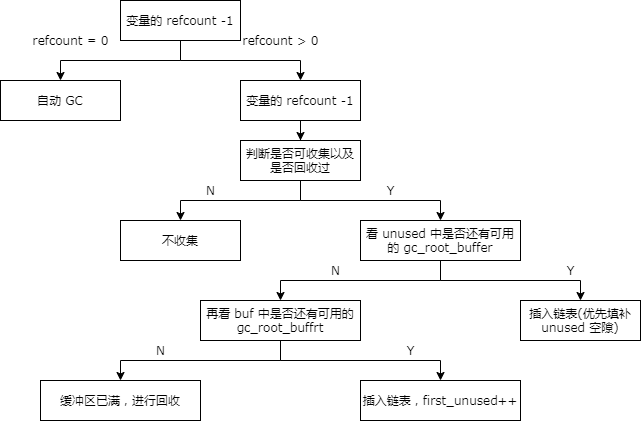
Above: 垃圾收集过程.png in 350258655/image (draw.io), before the change. Source tidied: cells renumbered, new cells last; positions are measured from the earlier drawing's top-left corner, leaving out a move shared by most shapes. The source it was exported from:
```xml
<mxGraphModel>
  <root>
    <mxCell id="0" />
    <mxCell id="1" parent="0" />
    <mxCell id="2" style="edgeStyle=orthogonalEdgeStyle;rounded=0;jettySize=auto;html=1;fontFamily=Verdana;fontSize=12;" parent="1" edge="1" source="4" target="5">
      <mxGeometry relative="1" as="geometry" />
    </mxCell>
    <mxCell id="3" style="edgeStyle=orthogonalEdgeStyle;rounded=0;jettySize=auto;html=1;fontFamily=Verdana;fontSize=12;" parent="1" edge="1" source="4" target="7">
      <mxGeometry relative="1" as="geometry" />
    </mxCell>
    <mxCell id="4" value="变量的 refcount -1" style="rounded=0;whiteSpace=wrap;html=1;fontFamily=Verdana;fontSize=12;" parent="1" vertex="1">
      <mxGeometry x="120" width="120" height="40" as="geometry" />
    </mxCell>
    <mxCell id="5" value="自动 GC" style="rounded=0;whiteSpace=wrap;html=1;fontFamily=Verdana;fontSize=12;" parent="1" vertex="1">
      <mxGeometry y="80" width="120" height="40" as="geometry" />
    </mxCell>
    <mxCell id="6" style="edgeStyle=orthogonalEdgeStyle;rounded=0;jettySize=auto;html=1;fontFamily=Verdana;fontSize=12;" parent="1" edge="1" source="7" target="12">
      <mxGeometry relative="1" as="geometry" />
    </mxCell>
    <mxCell id="7" value="变量的 refcount -1" style="rounded=0;whiteSpace=wrap;html=1;fontFamily=Verdana;fontSize=12;" parent="1" vertex="1">
      <mxGeometry x="240" y="80" width="120" height="40" as="geometry" />
    </mxCell>
    <mxCell id="8" value="refcount = 0" style="text;html=1;align=center;verticalAlign=middle;strokeColor=none;fontFamily=Verdana;fontSize=12;" parent="1" vertex="1">
      <mxGeometry x="25" y="30" width="90" height="20" as="geometry" />
    </mxCell>
    <mxCell id="9" value="refcount &amp;gt; 0" style="text;html=1;align=center;verticalAlign=middle;strokeColor=none;fontFamily=Verdana;fontSize=12;" parent="1" vertex="1">
      <mxGeometry x="235" y="30" width="90" height="20" as="geometry" />
    </mxCell>
    <mxCell id="10" style="edgeStyle=orthogonalEdgeStyle;rounded=0;jettySize=auto;html=1;fontFamily=Verdana;fontSize=12;" parent="1" edge="1" source="12" target="15">
      <mxGeometry relative="1" as="geometry" />
    </mxCell>
    <mxCell id="11" style="edgeStyle=orthogonalEdgeStyle;rounded=0;jettySize=auto;html=1;fontFamily=Verdana;fontSize=12;" parent="1" edge="1" source="12" target="17">
      <mxGeometry relative="1" as="geometry" />
    </mxCell>
    <mxCell id="12" value="判断是否可收集以及是否回收过" style="rounded=0;whiteSpace=wrap;html=1;fontFamily=Verdana;fontSize=12;" parent="1" vertex="1">
      <mxGeometry x="240" y="140" width="120" height="40" as="geometry" />
    </mxCell>
    <mxCell id="13" style="edgeStyle=orthogonalEdgeStyle;rounded=0;jettySize=auto;html=1;fontFamily=Verdana;fontSize=12;" parent="1" edge="1" source="15" target="21">
      <mxGeometry relative="1" as="geometry" />
    </mxCell>
    <mxCell id="14" style="edgeStyle=orthogonalEdgeStyle;rounded=0;jettySize=auto;html=1;fontFamily=Verdana;fontSize=12;" parent="1" edge="1" source="15" target="22">
      <mxGeometry relative="1" as="geometry" />
    </mxCell>
    <mxCell id="15" value="看 unused 中是否还有可用的 gc_root_buffer" style="rounded=0;whiteSpace=wrap;html=1;fontFamily=Verdana;fontSize=12;" parent="1" vertex="1">
      <mxGeometry x="360" y="220" width="160" height="40" as="geometry" />
    </mxCell>
    <mxCell id="16" value="Y" style="text;html=1;align=center;verticalAlign=middle;strokeColor=none;fontFamily=Verdana;fontSize=12;" parent="1" vertex="1">
      <mxGeometry x="380" y="180" width="20" height="20" as="geometry" />
    </mxCell>
    <mxCell id="17" value="不收集" style="rounded=0;whiteSpace=wrap;html=1;fontFamily=Verdana;fontSize=12;" parent="1" vertex="1">
      <mxGeometry x="120" y="220" width="120" height="40" as="geometry" />
    </mxCell>
    <mxCell id="18" value="N" style="text;html=1;align=center;verticalAlign=middle;strokeColor=none;fontFamily=Verdana;fontSize=12;" parent="1" vertex="1">
      <mxGeometry x="200" y="180" width="20" height="20" as="geometry" />
    </mxCell>
    <mxCell id="19" style="edgeStyle=orthogonalEdgeStyle;rounded=0;jettySize=auto;html=1;fontFamily=Verdana;fontSize=12;" parent="1" edge="1" source="21" target="25">
      <mxGeometry relative="1" as="geometry" />
    </mxCell>
    <mxCell id="20" style="edgeStyle=orthogonalEdgeStyle;rounded=0;jettySize=auto;html=1;fontFamily=Verdana;fontSize=12;" parent="1" edge="1" source="21" target="27">
      <mxGeometry relative="1" as="geometry" />
    </mxCell>
    <mxCell id="21" value="再看 buf 中是否还有可用的 gc_root_buffrt" style="rounded=0;whiteSpace=wrap;html=1;fontFamily=Verdana;fontSize=12;" parent="1" vertex="1">
      <mxGeometry x="200" y="300" width="160" height="40" as="geometry" />
    </mxCell>
    <mxCell id="22" value="插入链表(优先填补 unused 空隙)" style="rounded=0;whiteSpace=wrap;html=1;fontFamily=Verdana;fontSize=12;" parent="1" vertex="1">
      <mxGeometry x="520" y="300" width="120" height="40" as="geometry" />
    </mxCell>
    <mxCell id="23" value="N" style="text;html=1;align=center;verticalAlign=middle;strokeColor=none;fontSize=12;fontFamily=Verdana;" parent="1" vertex="1">
      <mxGeometry x="325" y="260" width="20" height="20" as="geometry" />
    </mxCell>
    <mxCell id="24" value="Y" style="text;html=1;align=center;verticalAlign=middle;strokeColor=none;fontSize=12;fontFamily=Verdana;" parent="1" vertex="1">
      <mxGeometry x="560" y="260" width="20" height="20" as="geometry" />
    </mxCell>
    <mxCell id="25" value="缓冲区已满，进行回收" style="rounded=0;whiteSpace=wrap;html=1;fontFamily=Verdana;fontSize=12;" parent="1" vertex="1">
      <mxGeometry x="40" y="380" width="160" height="40" as="geometry" />
    </mxCell>
    <mxCell id="26" value="N" style="text;html=1;align=center;verticalAlign=middle;strokeColor=none;fontSize=12;fontFamily=Verdana;" parent="1" vertex="1">
      <mxGeometry x="150" y="340" width="20" height="20" as="geometry" />
    </mxCell>
    <mxCell id="27" value="插入链表，first_unused++" style="rounded=0;whiteSpace=wrap;html=1;fontFamily=Verdana;fontSize=12;" parent="1" vertex="1">
      <mxGeometry x="360" y="380" width="160" height="40" as="geometry" />
    </mxCell>
    <mxCell id="28" value="Y" style="text;html=1;align=center;verticalAlign=middle;strokeColor=none;fontSize=12;fontFamily=Verdana;" parent="1" vertex="1">
      <mxGeometry x="400" y="340" width="20" height="20" as="geometry" />
    </mxCell>
  </root>
</mxGraphModel>
```
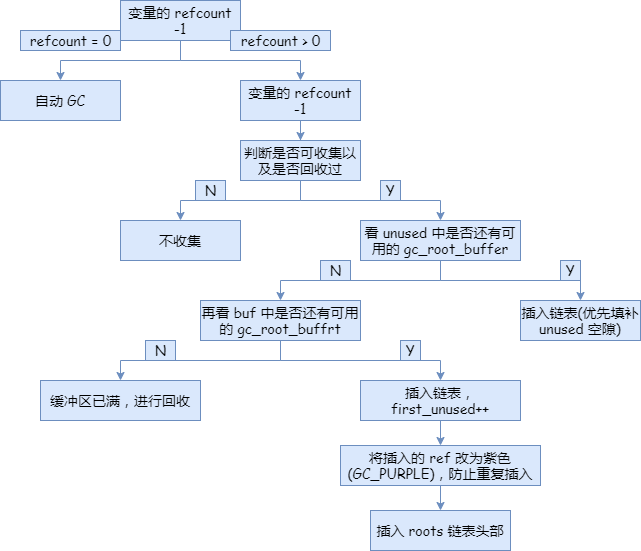
Later version of the same file.

Commit message:
更新垃圾收集过程.png

Change to the diagram source:
```diff
@@ -2,86 +2,98 @@
   <root>
     <mxCell id="0" />
     <mxCell id="1" parent="0" />
-    <mxCell id="2" style="edgeStyle=orthogonalEdgeStyle;rounded=0;jettySize=auto;html=1;fontFamily=Verdana;fontSize=12;" parent="1" edge="1" source="4" target="5">
+    <mxCell id="2" style="edgeStyle=orthogonalEdgeStyle;rounded=0;jettySize=auto;html=1;fontFamily=Comic Sans MS;fontSize=14;fillColor=#dae8fc;strokeColor=#6c8ebf;" parent="1" edge="1" source="4" target="5">
       <mxGeometry relative="1" as="geometry" />
     </mxCell>
-    <mxCell id="3" style="edgeStyle=orthogonalEdgeStyle;rounded=0;jettySize=auto;html=1;fontFamily=Verdana;fontSize=12;" parent="1" edge="1" source="4" target="7">
+    <mxCell id="3" style="edgeStyle=orthogonalEdgeStyle;rounded=0;jettySize=auto;html=1;fontFamily=Comic Sans MS;fontSize=14;fillColor=#dae8fc;strokeColor=#6c8ebf;" parent="1" edge="1" source="4" target="7">
       <mxGeometry relative="1" as="geometry" />
     </mxCell>
-    <mxCell id="4" value="变量的 refcount -1" style="rounded=0;whiteSpace=wrap;html=1;fontFamily=Verdana;fontSize=12;" parent="1" vertex="1">
+    <mxCell id="4" value="变量的 refcount -1" style="rounded=0;whiteSpace=wrap;html=1;fontFamily=Comic Sans MS;fontSize=14;fillColor=#dae8fc;strokeColor=#6c8ebf;" parent="1" vertex="1">
       <mxGeometry x="120" width="120" height="40" as="geometry" />
     </mxCell>
-    <mxCell id="5" value="自动 GC" style="rounded=0;whiteSpace=wrap;html=1;fontFamily=Verdana;fontSize=12;" parent="1" vertex="1">
+    <mxCell id="5" value="自动 GC" style="rounded=0;whiteSpace=wrap;html=1;fontFamily=Comic Sans MS;fontSize=14;fillColor=#dae8fc;strokeColor=#6c8ebf;" parent="1" vertex="1">
       <mxGeometry y="80" width="120" height="40" as="geometry" />
     </mxCell>
-    <mxCell id="6" style="edgeStyle=orthogonalEdgeStyle;rounded=0;jettySize=auto;html=1;fontFamily=Verdana;fontSize=12;" parent="1" edge="1" source="7" target="12">
+    <mxCell id="6" style="edgeStyle=orthogonalEdgeStyle;rounded=0;jettySize=auto;html=1;fontFamily=Comic Sans MS;fontSize=14;fillColor=#dae8fc;strokeColor=#6c8ebf;" parent="1" edge="1" source="7" target="12">
       <mxGeometry relative="1" as="geometry" />
     </mxCell>
-    <mxCell id="7" value="变量的 refcount -1" style="rounded=0;whiteSpace=wrap;html=1;fontFamily=Verdana;fontSize=12;" parent="1" vertex="1">
+    <mxCell id="7" value="变量的 refcount -1" style="rounded=0;whiteSpace=wrap;html=1;fontFamily=Comic Sans MS;fontSize=14;fillColor=#dae8fc;strokeColor=#6c8ebf;" parent="1" vertex="1">
       <mxGeometry x="240" y="80" width="120" height="40" as="geometry" />
     </mxCell>
-    <mxCell id="8" value="refcount = 0" style="text;html=1;align=center;verticalAlign=middle;strokeColor=none;fontFamily=Verdana;fontSize=12;" parent="1" vertex="1">
-      <mxGeometry x="25" y="30" width="90" height="20" as="geometry" />
+    <mxCell id="8" value="refcount = 0" style="text;html=1;align=center;verticalAlign=middle;strokeColor=#6c8ebf;fontFamily=Comic Sans MS;fontSize=14;fillColor=#dae8fc;" parent="1" vertex="1">
+      <mxGeometry x="20" y="30" width="100" height="20" as="geometry" />
     </mxCell>
-    <mxCell id="9" value="refcount &amp;gt; 0" style="text;html=1;align=center;verticalAlign=middle;strokeColor=none;fontFamily=Verdana;fontSize=12;" parent="1" vertex="1">
-      <mxGeometry x="235" y="30" width="90" height="20" as="geometry" />
+    <mxCell id="9" value="refcount &amp;gt; 0" style="text;html=1;align=center;verticalAlign=middle;strokeColor=#6c8ebf;fontFamily=Comic Sans MS;fontSize=14;fillColor=#dae8fc;" parent="1" vertex="1">
+      <mxGeometry x="230" y="30" width="100" height="20" as="geometry" />
     </mxCell>
-    <mxCell id="10" style="edgeStyle=orthogonalEdgeStyle;rounded=0;jettySize=auto;html=1;fontFamily=Verdana;fontSize=12;" parent="1" edge="1" source="12" target="15">
+    <mxCell id="10" style="edgeStyle=orthogonalEdgeStyle;rounded=0;jettySize=auto;html=1;fontFamily=Comic Sans MS;fontSize=14;fillColor=#dae8fc;strokeColor=#6c8ebf;" parent="1" edge="1" source="12" target="15">
       <mxGeometry relative="1" as="geometry" />
     </mxCell>
-    <mxCell id="11" style="edgeStyle=orthogonalEdgeStyle;rounded=0;jettySize=auto;html=1;fontFamily=Verdana;fontSize=12;" parent="1" edge="1" source="12" target="17">
+    <mxCell id="11" style="edgeStyle=orthogonalEdgeStyle;rounded=0;jettySize=auto;html=1;fontFamily=Comic Sans MS;fontSize=14;fillColor=#dae8fc;strokeColor=#6c8ebf;" parent="1" edge="1" source="12" target="17">
       <mxGeometry relative="1" as="geometry" />
     </mxCell>
-    <mxCell id="12" value="判断是否可收集以及是否回收过" style="rounded=0;whiteSpace=wrap;html=1;fontFamily=Verdana;fontSize=12;" parent="1" vertex="1">
+    <mxCell id="12" value="判断是否可收集以及是否回收过" style="rounded=0;whiteSpace=wrap;html=1;fontFamily=Comic Sans MS;fontSize=14;fillColor=#dae8fc;strokeColor=#6c8ebf;" parent="1" vertex="1">
       <mxGeometry x="240" y="140" width="120" height="40" as="geometry" />
     </mxCell>
-    <mxCell id="13" style="edgeStyle=orthogonalEdgeStyle;rounded=0;jettySize=auto;html=1;fontFamily=Verdana;fontSize=12;" parent="1" edge="1" source="15" target="21">
+    <mxCell id="13" style="edgeStyle=orthogonalEdgeStyle;rounded=0;jettySize=auto;html=1;fontFamily=Comic Sans MS;fontSize=14;fillColor=#dae8fc;strokeColor=#6c8ebf;" parent="1" edge="1" source="15" target="21">
       <mxGeometry relative="1" as="geometry" />
     </mxCell>
-    <mxCell id="14" style="edgeStyle=orthogonalEdgeStyle;rounded=0;jettySize=auto;html=1;fontFamily=Verdana;fontSize=12;" parent="1" edge="1" source="15" target="22">
+    <mxCell id="14" style="edgeStyle=orthogonalEdgeStyle;rounded=0;jettySize=auto;html=1;fontFamily=Comic Sans MS;fontSize=14;fillColor=#dae8fc;strokeColor=#6c8ebf;" parent="1" edge="1" source="15" target="22">
       <mxGeometry relative="1" as="geometry" />
     </mxCell>
-    <mxCell id="15" value="看 unused 中是否还有可用的 gc_root_buffer" style="rounded=0;whiteSpace=wrap;html=1;fontFamily=Verdana;fontSize=12;" parent="1" vertex="1">
+    <mxCell id="15" value="看 unused 中是否还有可用的 gc_root_buffer" style="rounded=0;whiteSpace=wrap;html=1;fontFamily=Comic Sans MS;fontSize=14;fillColor=#dae8fc;strokeColor=#6c8ebf;" parent="1" vertex="1">
       <mxGeometry x="360" y="220" width="160" height="40" as="geometry" />
     </mxCell>
-    <mxCell id="16" value="Y" style="text;html=1;align=center;verticalAlign=middle;strokeColor=none;fontFamily=Verdana;fontSize=12;" parent="1" vertex="1">
+    <mxCell id="16" value="Y" style="text;html=1;align=center;verticalAlign=middle;strokeColor=#6c8ebf;fontFamily=Comic Sans MS;fontSize=14;fillColor=#dae8fc;" parent="1" vertex="1">
       <mxGeometry x="380" y="180" width="20" height="20" as="geometry" />
     </mxCell>
-    <mxCell id="17" value="不收集" style="rounded=0;whiteSpace=wrap;html=1;fontFamily=Verdana;fontSize=12;" parent="1" vertex="1">
+    <mxCell id="17" value="不收集" style="rounded=0;whiteSpace=wrap;html=1;fontFamily=Comic Sans MS;fontSize=14;fillColor=#dae8fc;strokeColor=#6c8ebf;" parent="1" vertex="1">
       <mxGeometry x="120" y="220" width="120" height="40" as="geometry" />
     </mxCell>
-    <mxCell id="18" value="N" style="text;html=1;align=center;verticalAlign=middle;strokeColor=none;fontFamily=Verdana;fontSize=12;" parent="1" vertex="1">
-      <mxGeometry x="200" y="180" width="20" height="20" as="geometry" />
+    <mxCell id="18" value="N" style="text;html=1;align=center;verticalAlign=middle;strokeColor=#6c8ebf;fontFamily=Comic Sans MS;fontSize=14;fillColor=#dae8fc;" parent="1" vertex="1">
+      <mxGeometry x="195" y="180" width="30" height="20" as="geometry" />
     </mxCell>
-    <mxCell id="19" style="edgeStyle=orthogonalEdgeStyle;rounded=0;jettySize=auto;html=1;fontFamily=Verdana;fontSize=12;" parent="1" edge="1" source="21" target="25">
+    <mxCell id="19" style="edgeStyle=orthogonalEdgeStyle;rounded=0;jettySize=auto;html=1;fontFamily=Comic Sans MS;fontSize=14;fillColor=#dae8fc;strokeColor=#6c8ebf;" parent="1" edge="1" source="21" target="25">
       <mxGeometry relative="1" as="geometry" />
     </mxCell>
-    <mxCell id="20" style="edgeStyle=orthogonalEdgeStyle;rounded=0;jettySize=auto;html=1;fontFamily=Verdana;fontSize=12;" parent="1" edge="1" source="21" target="27">
+    <mxCell id="20" style="edgeStyle=orthogonalEdgeStyle;rounded=0;jettySize=auto;html=1;fontFamily=Comic Sans MS;fontSize=14;fillColor=#dae8fc;strokeColor=#6c8ebf;" parent="1" edge="1" source="21" target="27">
       <mxGeometry relative="1" as="geometry" />
     </mxCell>
-    <mxCell id="21" value="再看 buf 中是否还有可用的 gc_root_buffrt" style="rounded=0;whiteSpace=wrap;html=1;fontFamily=Verdana;fontSize=12;" parent="1" vertex="1">
+    <mxCell id="21" value="再看 buf 中是否还有可用的 gc_root_buffrt" style="rounded=0;whiteSpace=wrap;html=1;fontFamily=Comic Sans MS;fontSize=14;fillColor=#dae8fc;strokeColor=#6c8ebf;" parent="1" vertex="1">
       <mxGeometry x="200" y="300" width="160" height="40" as="geometry" />
     </mxCell>
-    <mxCell id="22" value="插入链表(优先填补 unused 空隙)" style="rounded=0;whiteSpace=wrap;html=1;fontFamily=Verdana;fontSize=12;" parent="1" vertex="1">
+    <mxCell id="22" value="插入链表(优先填补 unused 空隙)" style="rounded=0;whiteSpace=wrap;html=1;fontFamily=Comic Sans MS;fontSize=14;fillColor=#dae8fc;strokeColor=#6c8ebf;" parent="1" vertex="1">
       <mxGeometry x="520" y="300" width="120" height="40" as="geometry" />
     </mxCell>
-    <mxCell id="23" value="N" style="text;html=1;align=center;verticalAlign=middle;strokeColor=none;fontSize=12;fontFamily=Verdana;" parent="1" vertex="1">
-      <mxGeometry x="325" y="260" width="20" height="20" as="geometry" />
+    <mxCell id="23" value="N" style="text;html=1;align=center;verticalAlign=middle;strokeColor=#6c8ebf;fontSize=14;fontFamily=Comic Sans MS;fillColor=#dae8fc;" parent="1" vertex="1">
+      <mxGeometry x="320" y="260" width="30" height="20" as="geometry" />
     </mxCell>
-    <mxCell id="24" value="Y" style="text;html=1;align=center;verticalAlign=middle;strokeColor=none;fontSize=12;fontFamily=Verdana;" parent="1" vertex="1">
+    <mxCell id="24" value="Y" style="text;html=1;align=center;verticalAlign=middle;strokeColor=#6c8ebf;fontSize=14;fontFamily=Comic Sans MS;fillColor=#dae8fc;" parent="1" vertex="1">
       <mxGeometry x="560" y="260" width="20" height="20" as="geometry" />
     </mxCell>
-    <mxCell id="25" value="缓冲区已满，进行回收" style="rounded=0;whiteSpace=wrap;html=1;fontFamily=Verdana;fontSize=12;" parent="1" vertex="1">
+    <mxCell id="25" value="缓冲区已满，进行回收" style="rounded=0;whiteSpace=wrap;html=1;fontFamily=Comic Sans MS;fontSize=14;fillColor=#dae8fc;strokeColor=#6c8ebf;" parent="1" vertex="1">
       <mxGeometry x="40" y="380" width="160" height="40" as="geometry" />
     </mxCell>
-    <mxCell id="26" value="N" style="text;html=1;align=center;verticalAlign=middle;strokeColor=none;fontSize=12;fontFamily=Verdana;" parent="1" vertex="1">
-      <mxGeometry x="150" y="340" width="20" height="20" as="geometry" />
+    <mxCell id="26" value="N" style="text;html=1;align=center;verticalAlign=middle;strokeColor=#6c8ebf;fontSize=14;fontFamily=Comic Sans MS;fillColor=#dae8fc;" parent="1" vertex="1">
+      <mxGeometry x="145" y="340" width="30" height="20" as="geometry" />
     </mxCell>
+    <mxCell id="29" style="edgeStyle=orthogonalEdgeStyle;rounded=0;jettySize=auto;html=1;fontFamily=Comic Sans MS;fontSize=14;fillColor=#dae8fc;strokeColor=#6c8ebf;" parent="1" edge="1" source="27" target="31">
+      <mxGeometry relative="1" as="geometry" />
+    </mxCell>
-    <mxCell id="27" value="插入链表，first_unused++" style="rounded=0;whiteSpace=wrap;html=1;fontFamily=Verdana;fontSize=12;" parent="1" vertex="1">
+    <mxCell id="27" value="插入链表，first_unused++" style="rounded=0;whiteSpace=wrap;html=1;fontFamily=Comic Sans MS;fontSize=14;fillColor=#dae8fc;strokeColor=#6c8ebf;" parent="1" vertex="1">
       <mxGeometry x="360" y="380" width="160" height="40" as="geometry" />
     </mxCell>
-    <mxCell id="28" value="Y" style="text;html=1;align=center;verticalAlign=middle;strokeColor=none;fontSize=12;fontFamily=Verdana;" parent="1" vertex="1">
+    <mxCell id="28" value="Y" style="text;html=1;align=center;verticalAlign=middle;strokeColor=#6c8ebf;fontSize=14;fontFamily=Comic Sans MS;fillColor=#dae8fc;" parent="1" vertex="1">
       <mxGeometry x="400" y="340" width="20" height="20" as="geometry" />
     </mxCell>
+    <mxCell id="30" style="edgeStyle=orthogonalEdgeStyle;rounded=0;jettySize=auto;html=1;fontFamily=Comic Sans MS;fontSize=14;fillColor=#dae8fc;strokeColor=#6c8ebf;" parent="1" edge="1" source="31" target="32">
+      <mxGeometry relative="1" as="geometry" />
+    </mxCell>
+    <mxCell id="31" value="将插入的 ref 改为紫色(GC_PURPLE)，防止重复插入" style="rounded=0;whiteSpace=wrap;html=1;fontFamily=Comic Sans MS;fontSize=14;fillColor=#dae8fc;strokeColor=#6c8ebf;" parent="1" vertex="1">
+      <mxGeometry x="340" y="445" width="200" height="40" as="geometry" />
+    </mxCell>
+    <mxCell id="32" value="插入 roots 链表头部" style="rounded=0;whiteSpace=wrap;html=1;fontFamily=Comic Sans MS;fontSize=14;fillColor=#dae8fc;strokeColor=#6c8ebf;" parent="1" vertex="1">
+      <mxGeometry x="370" y="510" width="140" height="40" as="geometry" />
+    </mxCell>
   </root>
 </mxGraphModel>
```
